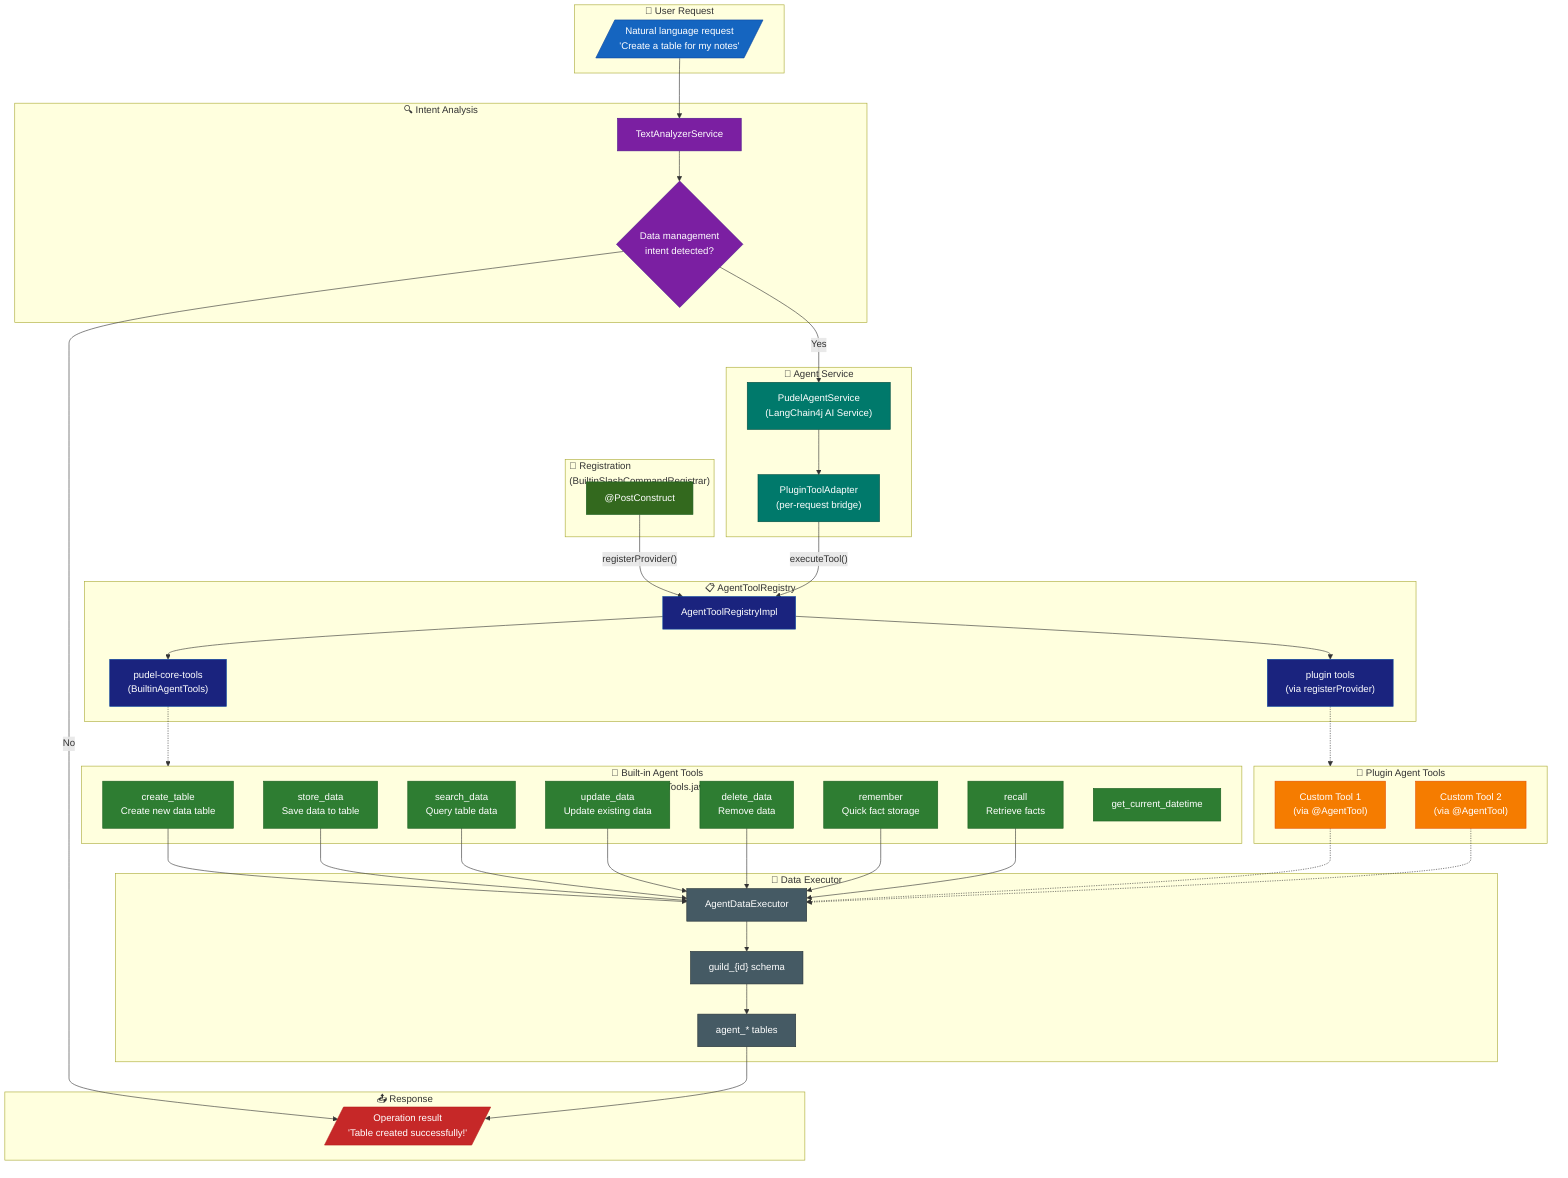
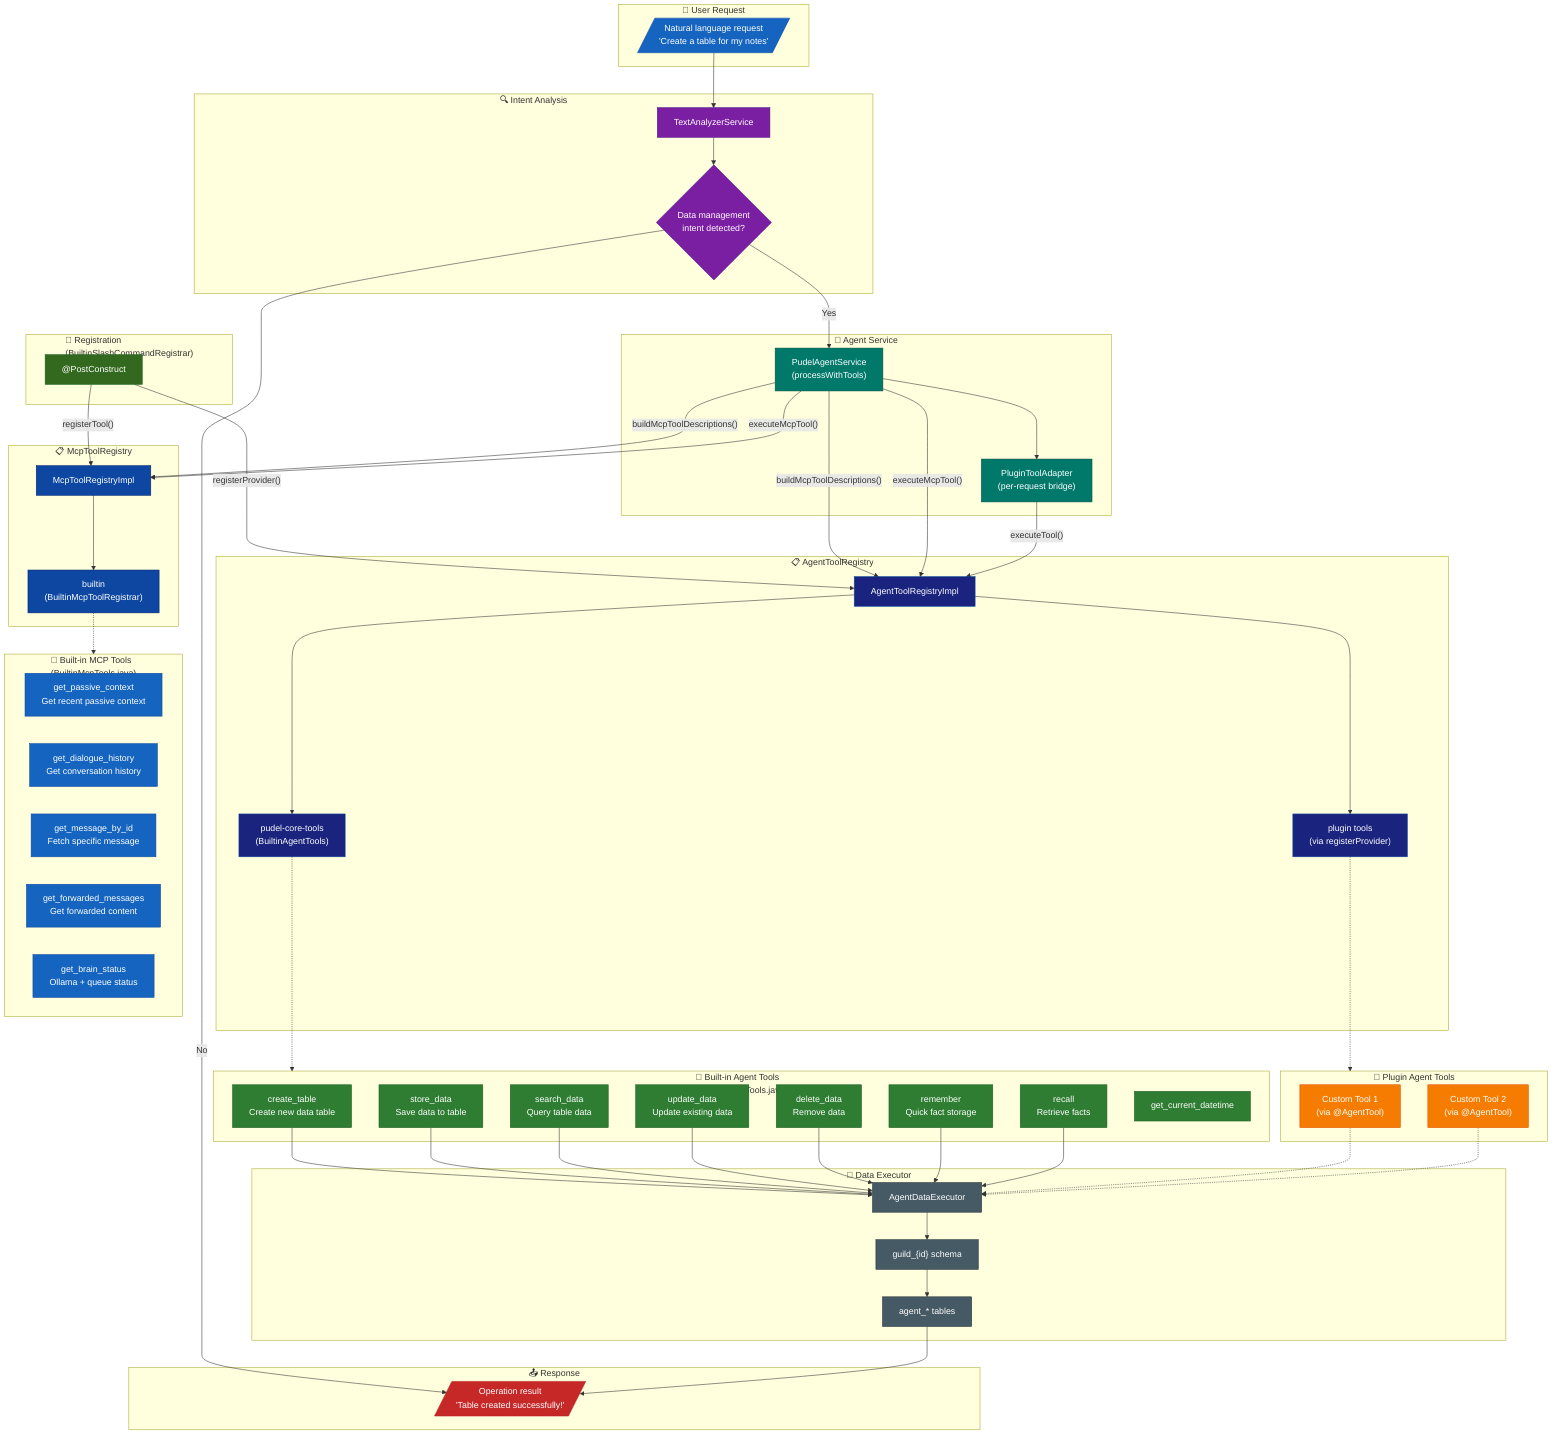
- %% Pudel Agent System v2.1.1
- %% Unified Tool Pipeline — Built-in + Plugin tools use the same AgentToolRegistry
+ %% Pudel Agent System v2.3.0
+ %% Dual Tool Registry: MCP tools (McpToolRegistry) + Agent tools (AgentToolRegistry)
+ %% Unified dispatch via PudelAgentService.processWithTools()

flowchart TD
    subgraph Input["📨 User Request"]
        MESSAGE[/"Natural language request<br/>'Create a table for my notes'"/]
    end

    subgraph Analysis["🔍 Intent Analysis"]
        INTENT["TextAnalyzerService"]
        DETECT{"Data management<br/>intent detected?"}
    end

    subgraph Agent["🤖 Agent Service"]
-         AGENT_SVC["PudelAgentService<br/>(LangChain4j AI Service)"]
+         AGENT_SVC["PudelAgentService<br/>(processWithTools)"]
        ADAPTER["PluginToolAdapter<br/>(per-request bridge)"]
    end

-     subgraph Registry["📋 AgentToolRegistry"]
-         REG["AgentToolRegistryImpl"]
-         REG_BUILTIN["pudel-core-tools<br/>(BuiltinAgentTools)"]
-         REG_PLUGIN["plugin tools<br/>(via registerProvider)"]
+     subgraph McpRegistry["📋 McpToolRegistry"]
+         MCP_REG["McpToolRegistryImpl"]
+         MCP_BUILTIN["builtin<br/>(BuiltinMcpToolRegistrar)"]
+     end
+ 
+     subgraph AgentRegistry["📋 AgentToolRegistry"]
+         AGENT_REG["AgentToolRegistryImpl"]
+         AGENT_BUILTIN["pudel-core-tools<br/>(BuiltinAgentTools)"]
+         AGENT_PLUGIN["plugin tools<br/>(via registerProvider)"]
+     end
+ 
+     subgraph McpTools["🔵 Built-in MCP Tools<br/>(BuiltinMcpTools.java)"]
+         GET_CTX["get_passive_context<br/>Get recent passive context"]
+         GET_HIST["get_dialogue_history<br/>Get conversation history"]
+         GET_MSG["get_message_by_id<br/>Fetch specific message"]
+         GET_FWD["get_forwarded_messages<br/>Get forwarded content"]
+         GET_STATUS["get_brain_status<br/>Ollama + queue status"]
    end

    subgraph BuiltinTools["🔧 Built-in Agent Tools<br/>(BuiltinAgentTools.java)"]
        CREATE["create_table<br/>Create new data table"]
        STORE["store_data<br/>Save data to table"]
        SEARCH["search_data<br/>Query table data"]
        UPDATE["update_data<br/>Update existing data"]
        DELETE["delete_data<br/>Remove data"]
        REMEMBER["remember<br/>Quick fact storage"]
        RECALL["recall<br/>Retrieve facts"]
        DATETIME["get_current_datetime"]
    end

    subgraph PluginTools["🔌 Plugin Agent Tools"]
        PLUGIN_TOOL1["Custom Tool 1<br/>(via @AgentTool)"]
        PLUGIN_TOOL2["Custom Tool 2<br/>(via @AgentTool)"]
    end

    subgraph Executor["💾 Data Executor"]
        EXECUTOR["AgentDataExecutor"]
        SCHEMA["guild_{id} schema"]
        TABLES["agent_* tables"]
    end

    subgraph Startup["🚀 Registration<br/>(BuiltinSlashCommandRegistrar)"]
        REGISTRAR["@PostConstruct"]
    end

    subgraph Response["📤 Response"]
        RESULT[/"Operation result<br/>'Table created successfully!'"/]
    end

    %% Registration at startup
-     REGISTRAR -->|"registerProvider()"| REG
-     REG --> REG_BUILTIN
-     REG --> REG_PLUGIN
-     REG_BUILTIN -.-> BuiltinTools
-     REG_PLUGIN -.-> PluginTools
+     REGISTRAR -->|"registerProvider()"| AGENT_REG
+     REGISTRAR -->|"registerTool()"| MCP_REG
+     AGENT_REG --> AGENT_BUILTIN
+     AGENT_REG --> AGENT_PLUGIN
+     MCP_REG --> MCP_BUILTIN
+     MCP_BUILTIN -.-> McpTools
+     AGENT_BUILTIN -.-> BuiltinTools
+     AGENT_PLUGIN -.-> PluginTools

    %% Request flow
    MESSAGE --> INTENT
    INTENT --> DETECT

    DETECT -->|"No"| RESULT
    DETECT -->|"Yes"| AGENT_SVC

+     AGENT_SVC -->|"buildMcpToolDescriptions()"| MCP_REG
+     AGENT_SVC -->|"buildMcpToolDescriptions()"| AGENT_REG
+     AGENT_SVC -->|"executeMcpTool()"| MCP_REG
+     AGENT_SVC -->|"executeMcpTool()"| AGENT_REG
    AGENT_SVC --> ADAPTER
-     ADAPTER -->|"executeTool()"| REG
+     ADAPTER -->|"executeTool()"| AGENT_REG

    CREATE --> EXECUTOR
    STORE --> EXECUTOR
    SEARCH --> EXECUTOR
    UPDATE --> EXECUTOR
    DELETE --> EXECUTOR
    REMEMBER --> EXECUTOR
    RECALL --> EXECUTOR

    PLUGIN_TOOL1 -.-> EXECUTOR
    PLUGIN_TOOL2 -.-> EXECUTOR

    EXECUTOR --> SCHEMA
    SCHEMA --> TABLES
    TABLES --> RESULT

    %% Styling
    classDef input fill:#1565c0,stroke:#0d47a1,color:#fff
    classDef analysis fill:#7b1fa2,stroke:#4a148c,color:#fff
    classDef agent fill:#00796b,stroke:#004d40,color:#fff
    classDef builtin fill:#2e7d32,stroke:#1b5e20,color:#fff
    classDef plugin fill:#f57c00,stroke:#e65100,color:#fff
    classDef executor fill:#455a64,stroke:#263238,color:#fff
    classDef response fill:#c62828,stroke:#b71c1c,color:#fff
    classDef registry fill:#1a237e,stroke:#0d47a1,color:#fff
+     classDef mcpRegistry fill:#0d47a1,stroke:#002171,color:#fff
    classDef startup fill:#33691e,stroke:#1b5e20,color:#fff
+     classDef mcpTool fill:#1565c0,stroke:#0d47a1,color:#fff

    class MESSAGE input
    class INTENT,DETECT analysis
    class AGENT_SVC,ADAPTER agent
    class CREATE,STORE,SEARCH,UPDATE,DELETE,REMEMBER,RECALL,DATETIME builtin
    class PLUGIN_TOOL1,PLUGIN_TOOL2 plugin
    class EXECUTOR,SCHEMA,TABLES executor
    class RESULT response
-     class REG,REG_BUILTIN,REG_PLUGIN registry
+     class AGENT_REG,AGENT_BUILTIN,AGENT_PLUGIN registry
+     class MCP_REG,MCP_BUILTIN mcpRegistry
    class REGISTRAR startup
+     class GET_CTX,GET_HIST,GET_MSG,GET_FWD,GET_STATUS mcpTool
